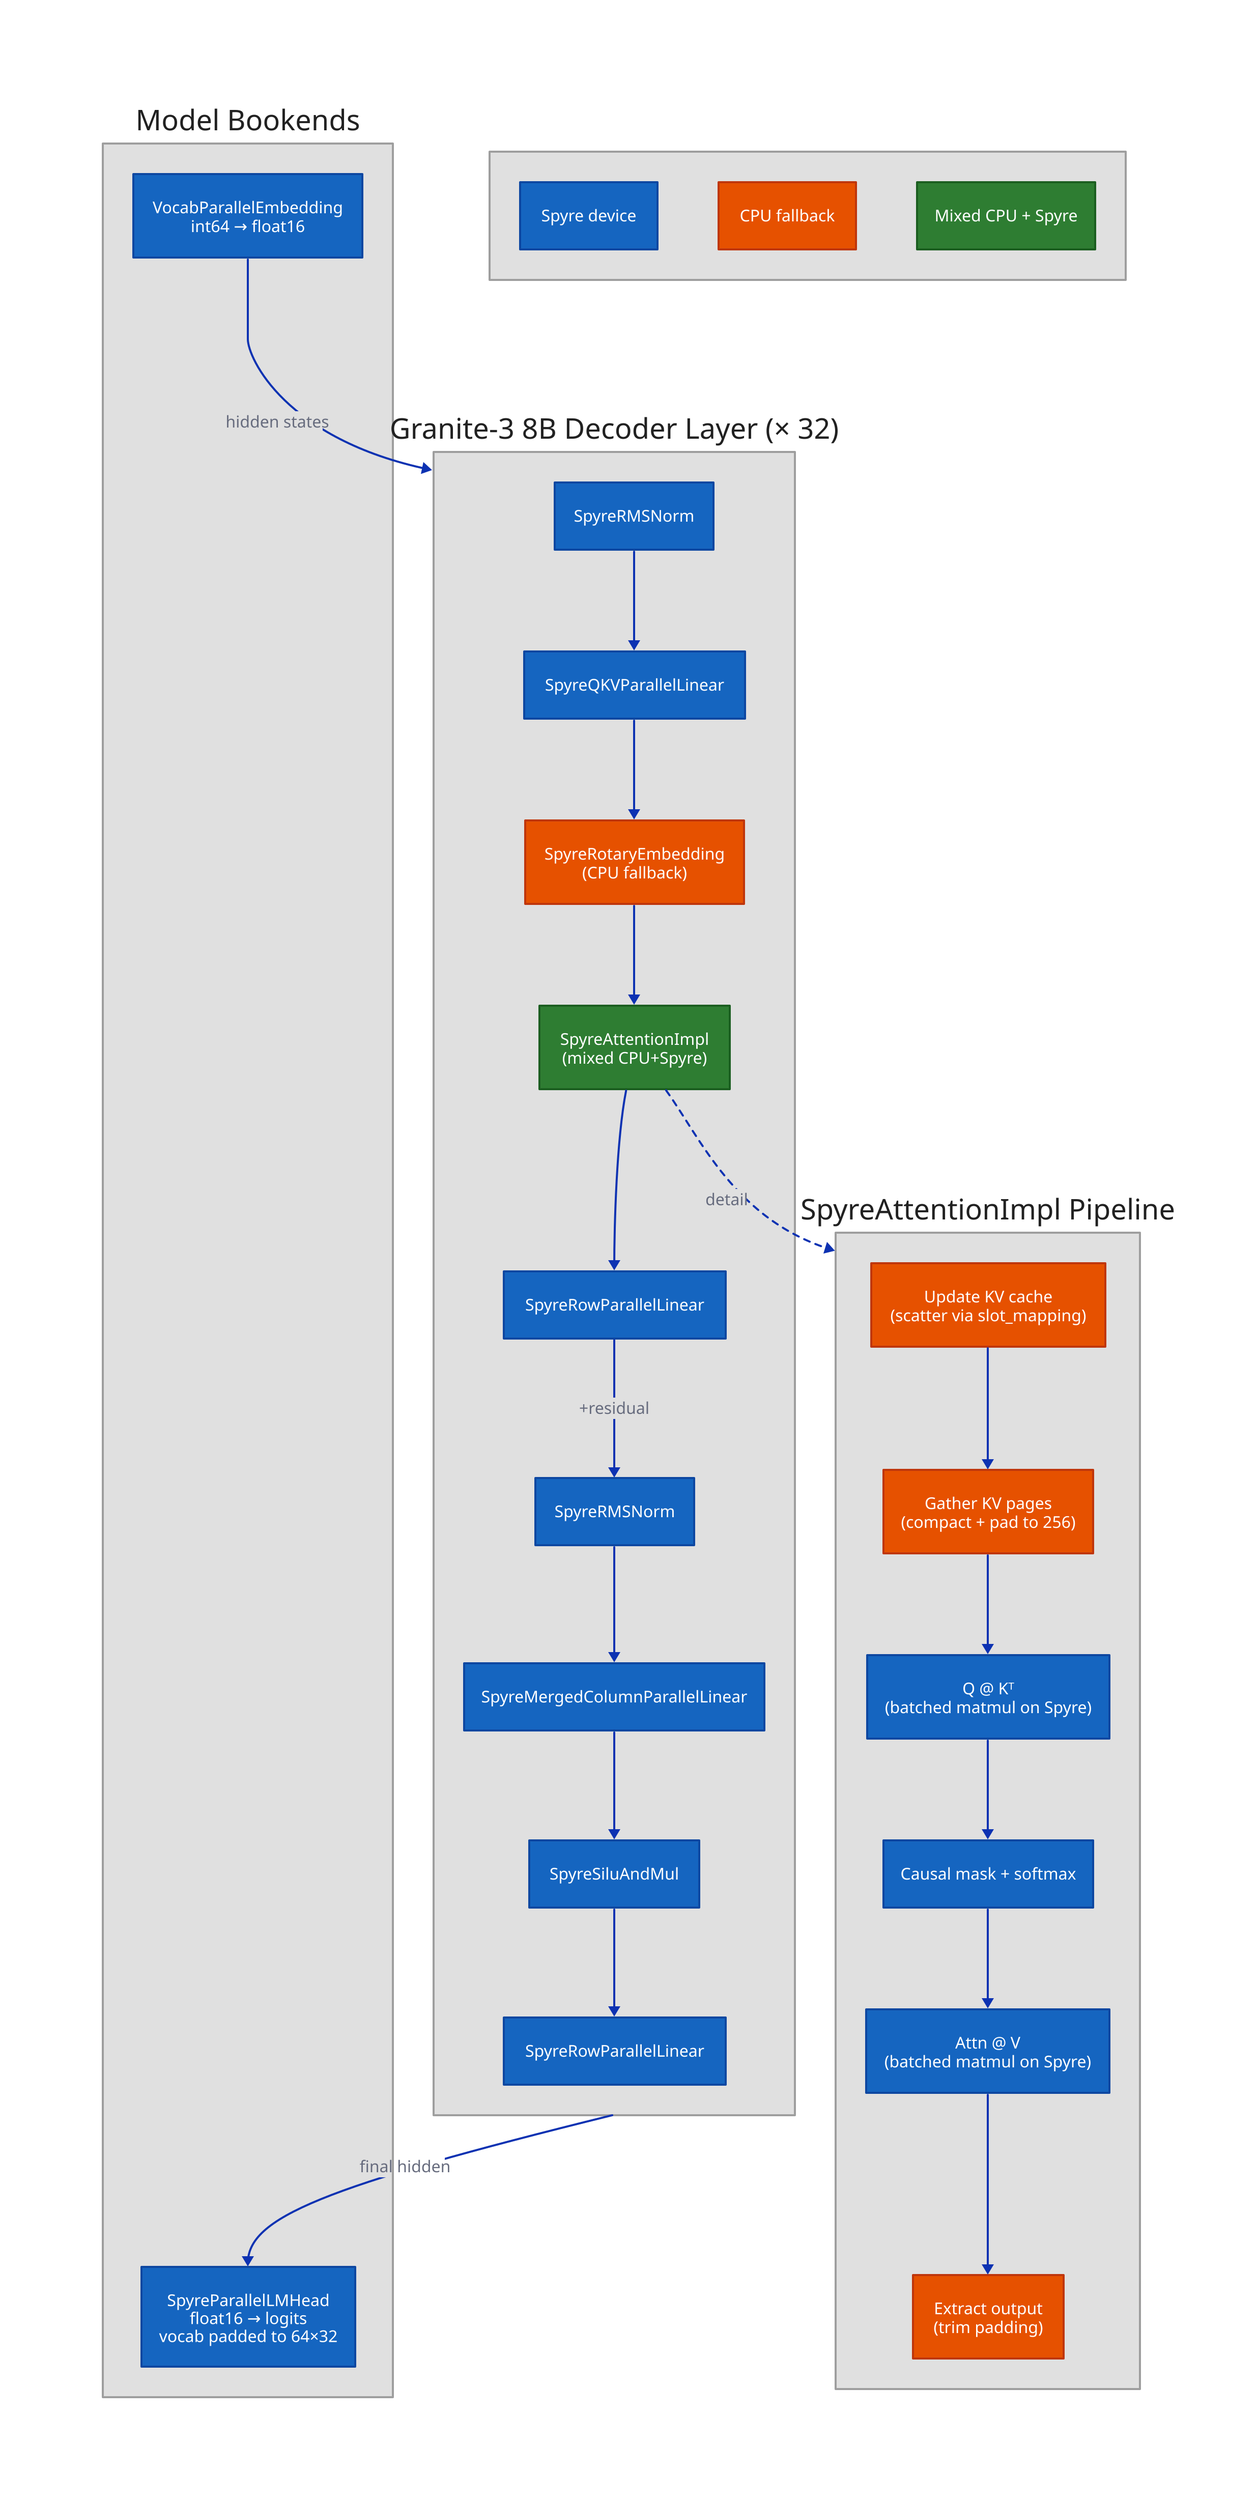
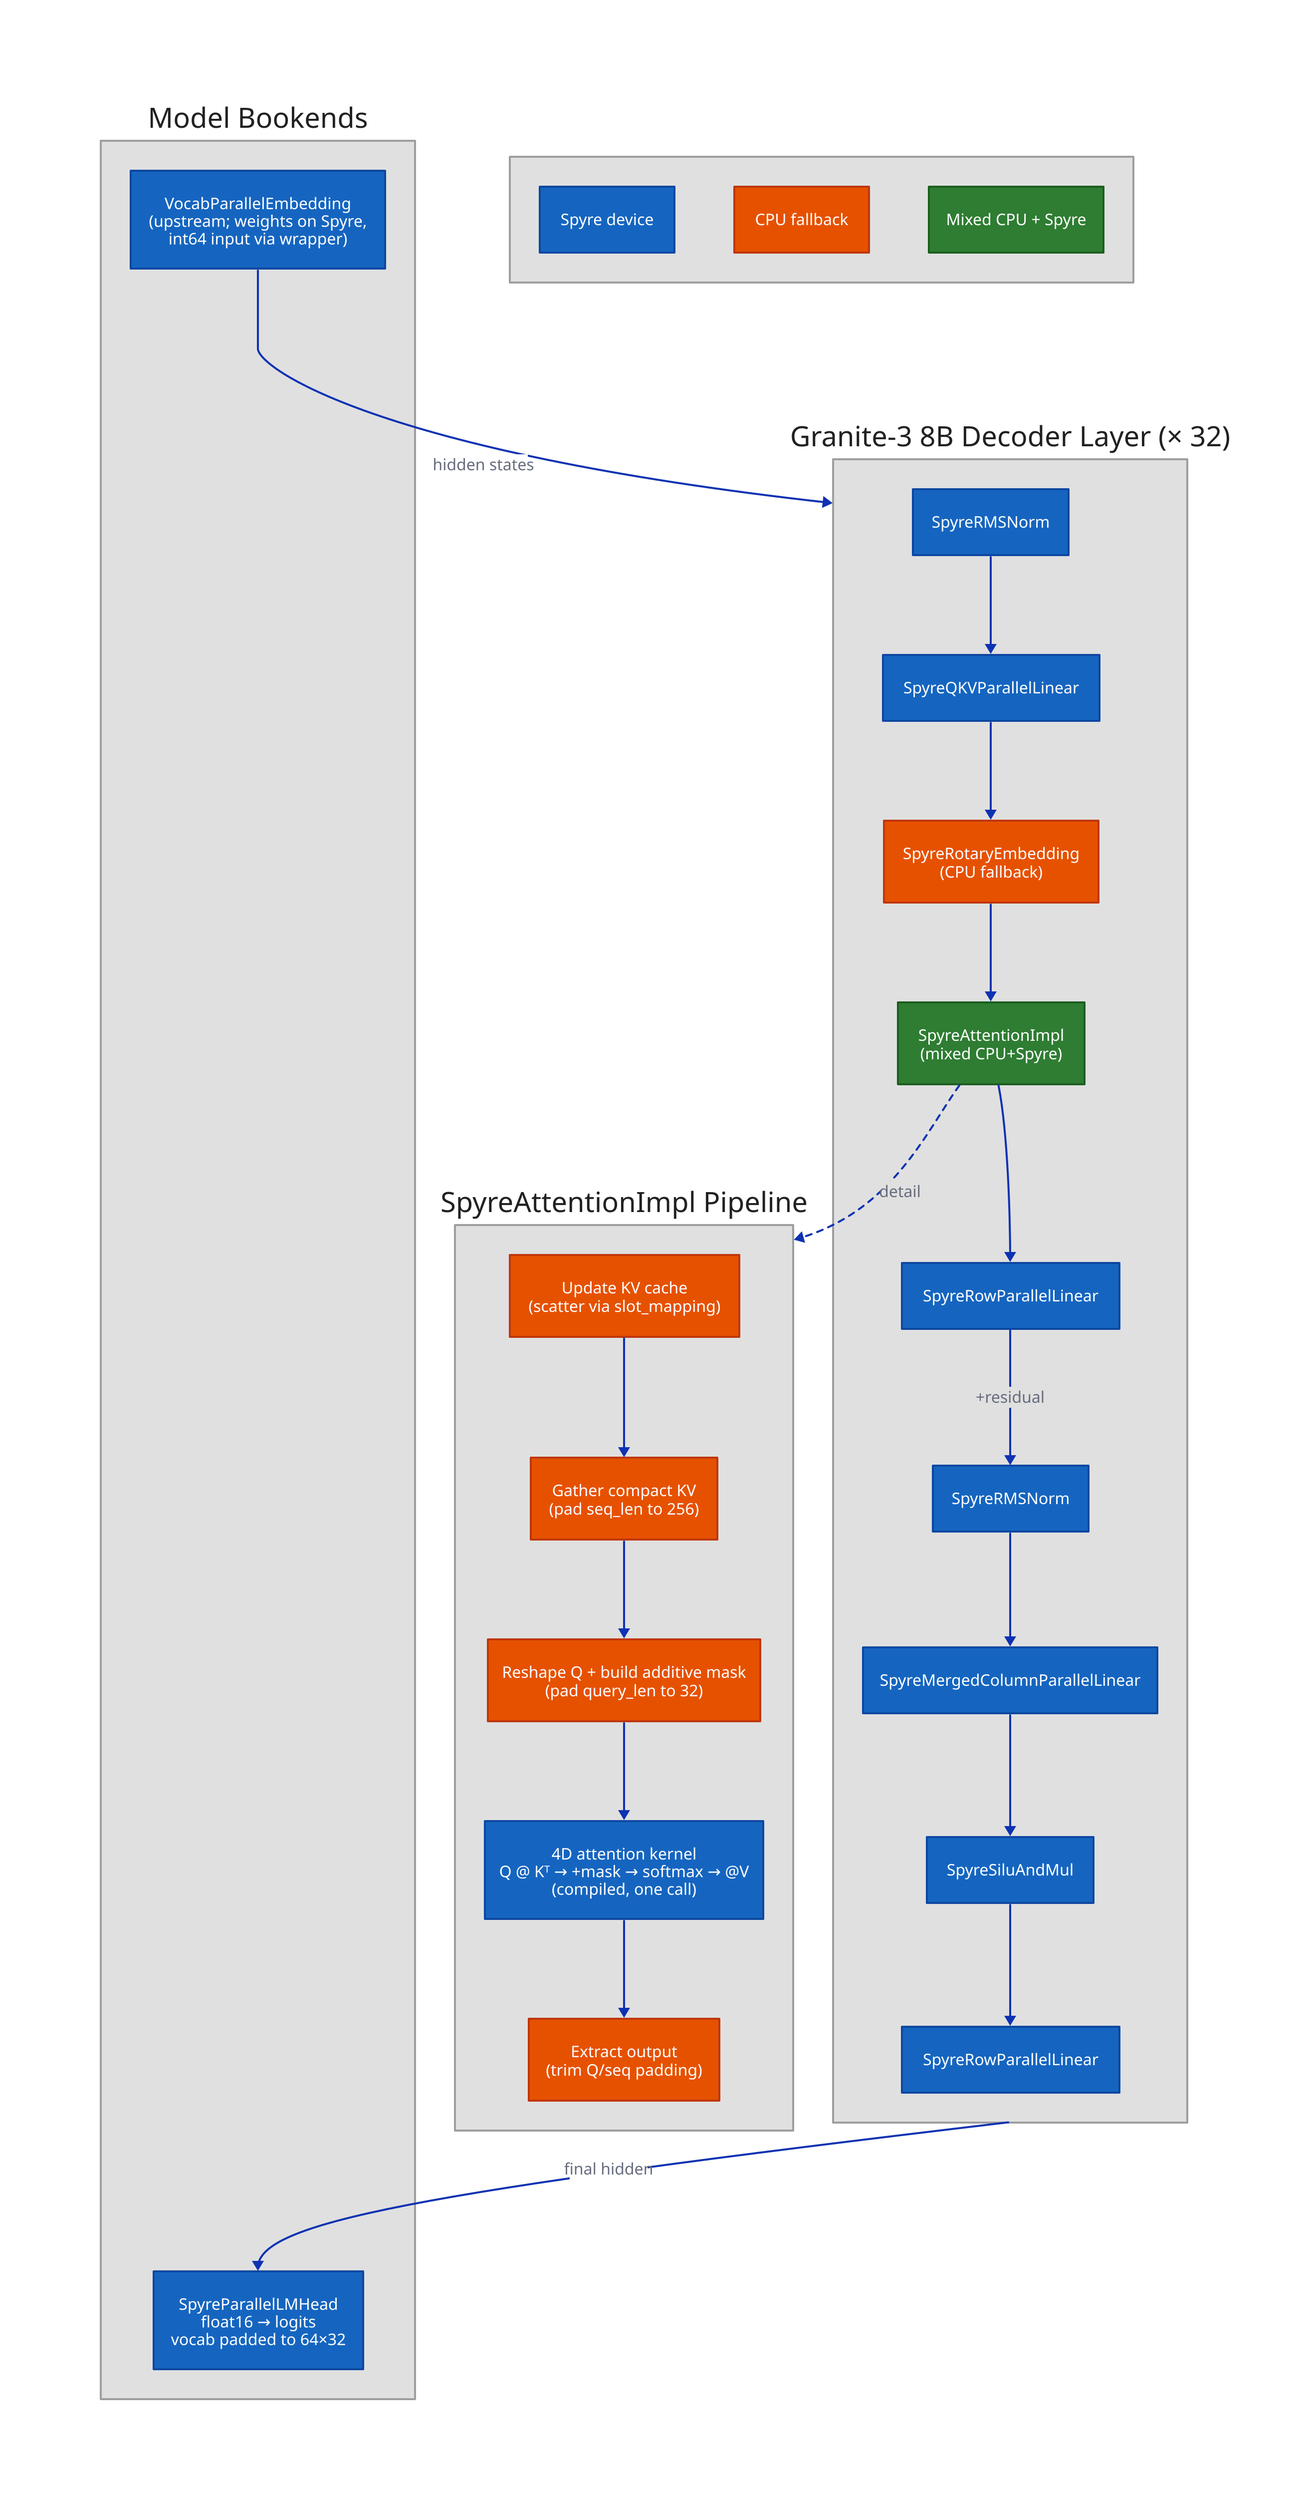
direction: down

bookends: "Model Bookends" {
  style.fill: "#e0e0e0"
  style.stroke: "#9e9e9e"
  style.font-color: "#212121"
  direction: right

-   EMB: "VocabParallelEmbedding\nint64 → float16" {
+   EMB: "VocabParallelEmbedding\n(upstream; weights on Spyre,\nint64 input via wrapper)" {
    style.fill: "#1565c0"
    style.stroke: "#0d47a1"
    style.font-color: "#ffffff"
  }
  LM: "SpyreParallelLMHead\nfloat16 → logits\nvocab padded to 64×32" {
    style.fill: "#1565c0"
    style.stroke: "#0d47a1"
    style.font-color: "#ffffff"
  }
}

granite: "Granite-3 8B Decoder Layer (× 32)" {
  style.fill: "#e0e0e0"
  style.stroke: "#9e9e9e"
  style.font-color: "#212121"

  N1: "SpyreRMSNorm" {
    style.fill: "#1565c0"
    style.stroke: "#0d47a1"
    style.font-color: "#ffffff"
  }
  QKV: "SpyreQKVParallelLinear" {
    style.fill: "#1565c0"
    style.stroke: "#0d47a1"
    style.font-color: "#ffffff"
  }
  ROPE: "SpyreRotaryEmbedding\n(CPU fallback)" {
    style.fill: "#e65100"
    style.stroke: "#bf360c"
    style.font-color: "#ffffff"
  }
  ATTN: "SpyreAttentionImpl\n(mixed CPU+Spyre)" {
    style.fill: "#2e7d32"
    style.stroke: "#1b5e20"
    style.font-color: "#ffffff"
  }
  O_PROJ: "SpyreRowParallelLinear" {
    style.fill: "#1565c0"
    style.stroke: "#0d47a1"
    style.font-color: "#ffffff"
  }
  N2: "SpyreRMSNorm" {
    style.fill: "#1565c0"
    style.stroke: "#0d47a1"
    style.font-color: "#ffffff"
  }
  GATE: "SpyreMergedColumnParallelLinear" {
    style.fill: "#1565c0"
    style.stroke: "#0d47a1"
    style.font-color: "#ffffff"
  }
  ACT: "SpyreSiluAndMul" {
    style.fill: "#1565c0"
    style.stroke: "#0d47a1"
    style.font-color: "#ffffff"
  }
  DOWN: "SpyreRowParallelLinear" {
    style.fill: "#1565c0"
    style.stroke: "#0d47a1"
    style.font-color: "#ffffff"
  }

  N1 -> QKV -> ROPE -> ATTN -> O_PROJ
  O_PROJ -> N2: "+residual"
  N2 -> GATE -> ACT -> DOWN
}

attn_detail: "SpyreAttentionImpl Pipeline" {
  style.fill: "#e0e0e0"
  style.stroke: "#9e9e9e"
  style.font-color: "#212121"

  S1: "Update KV cache\n(scatter via slot_mapping)" {
    style.fill: "#e65100"
    style.stroke: "#bf360c"
    style.font-color: "#ffffff"
  }
-   S2: "Gather KV pages\n(compact + pad to 256)" {
+   S2: "Gather compact KV\n(pad seq_len to 256)" {
    style.fill: "#e65100"
    style.stroke: "#bf360c"
    style.font-color: "#ffffff"
  }
-   S3: "Q @ Kᵀ\n(batched matmul on Spyre)" {
+   S3: "Reshape Q + build additive mask\n(pad query_len to 32)" {
+     style.fill: "#e65100"
+     style.stroke: "#bf360c"
+     style.font-color: "#ffffff"
+   }
+   S4: "4D attention kernel\nQ @ Kᵀ → +mask → softmax → @V\n(compiled, one call)" {
    style.fill: "#1565c0"
    style.stroke: "#0d47a1"
    style.font-color: "#ffffff"
  }
-   S4: "Causal mask + softmax" {
-     style.fill: "#1565c0"
-     style.stroke: "#0d47a1"
-     style.font-color: "#ffffff"
-   }
-   S5: "Attn @ V\n(batched matmul on Spyre)" {
-     style.fill: "#1565c0"
-     style.stroke: "#0d47a1"
-     style.font-color: "#ffffff"
-   }
-   S6: "Extract output\n(trim padding)" {
+   S5: "Extract output\n(trim Q/seq padding)" {
    style.fill: "#e65100"
    style.stroke: "#bf360c"
    style.font-color: "#ffffff"
  }

-   S1 -> S2 -> S3 -> S4 -> S5 -> S6
+   S1 -> S2 -> S3 -> S4 -> S5
}

bookends.EMB -> granite: "hidden states"
granite -> bookends.LM: "final hidden"
granite.ATTN -> attn_detail: "detail" {style.stroke-dash: 3}

legend: " " {
  style.fill: "#e0e0e0"
  style.stroke: "#9e9e9e"
  style.font-color: "#212121"
  direction: right

  L1: "Spyre device" {
    style.fill: "#1565c0"
    style.stroke: "#0d47a1"
    style.font-color: "#ffffff"
  }
  L2: "CPU fallback" {
    style.fill: "#e65100"
    style.stroke: "#bf360c"
    style.font-color: "#ffffff"
  }
  L3: "Mixed CPU + Spyre" {
    style.fill: "#2e7d32"
    style.stroke: "#1b5e20"
    style.font-color: "#ffffff"
  }
}
